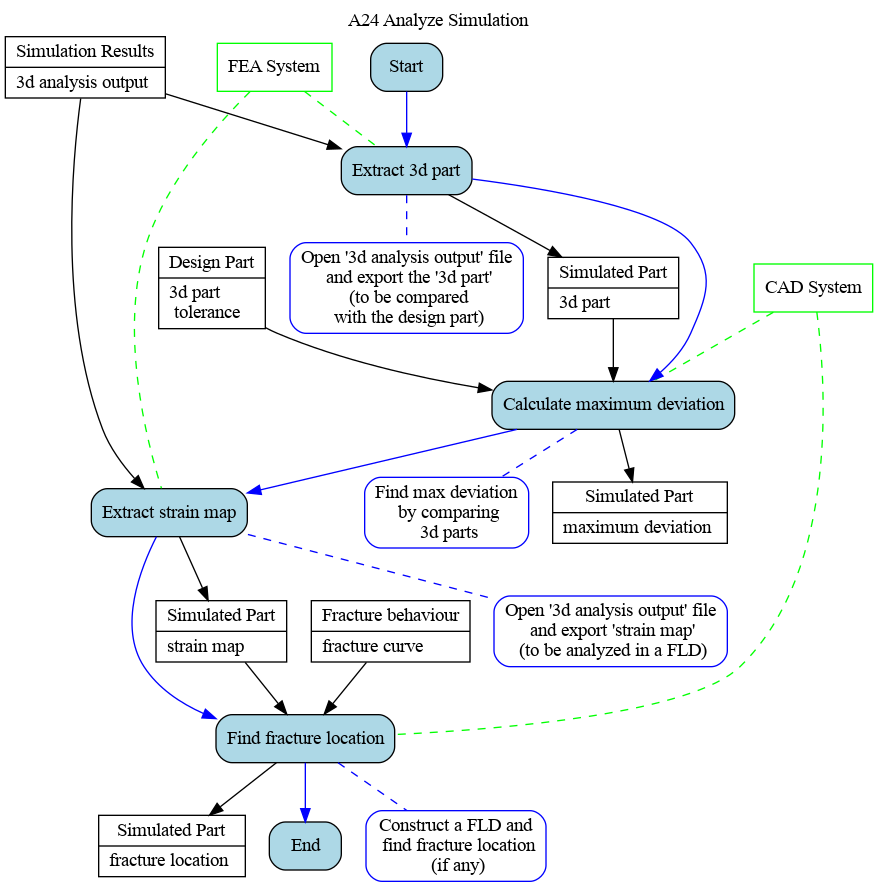
Before: Ontology_Layer/Behaviour_Model/06_A24.gv.png, a diagram exported from Graphviz (ModelsforManufacturing/hole-flanging-by-SPIF-in-a-single-stage). Its source is kept beside it as Ontology_Layer/Behaviour_Model/06_A24.gv.
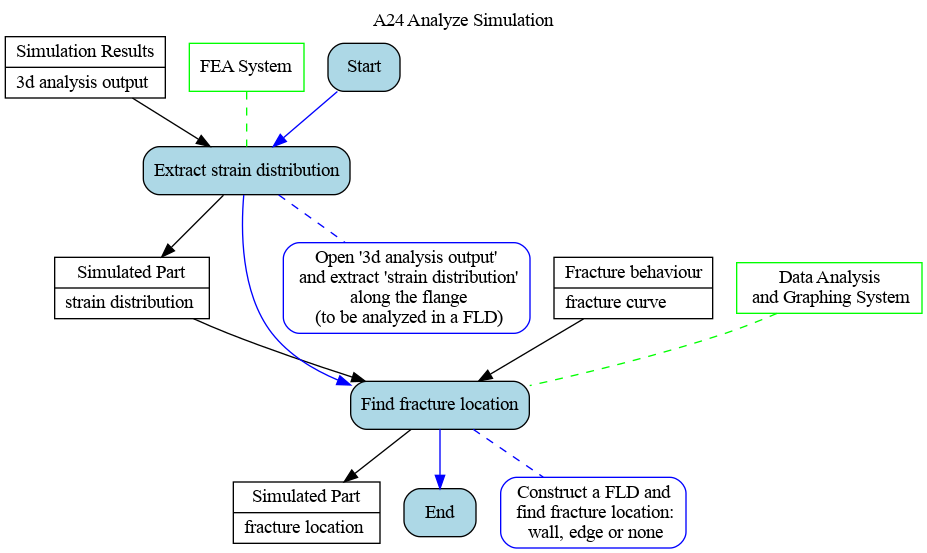
Later version of the same file.

The edit, as a diff of the source:
```diff
@@ -6,52 +6,39 @@
 
 node [shape=record, style=filled, fillcolor=white, color=black]
 sim_res [label="{Simulation Results | 3d analysis output \l}"]
-part [label="{Design Part | 3d part \l tolerance \l}"]
 fracture [label="{Fracture behaviour | fracture curve \l}"]
-part_sim_3d [label="{Simulated Part | 3d part \l}"]
-part_sim_dev [label="{Simulated Part | maximum deviation \l}"]
-part_sim_map [label="{Simulated Part | strain map \l}"]
+part_sim_strain [label="{Simulated Part | strain distribution \l}"]
 part_sim_frac [label="{Simulated Part | fracture location \l}"]
 
 node [shape=box, style=filled, fillcolor=white, color=green]
-cad [label="CAD System"]
+graf [label="Data Analysis\n and Graphing System"]
 fea [label="FEA System"]
 
 node [shape=box, style="filled, rounded", fillcolor=lightblue, color=black]
 Start
-t1 [label="Extract 3d part"]
-t2 [label="Calculate maximum deviation"]
-t3 [label="Extract strain map"]
-t4 [label="Find fracture location"]
+t1 [label="Extract strain distribution"]
+t2 [label="Find fracture location"]
 End
 
 node [shape=box, style="filled, rounded", fillcolor=white, color=blue]
-r1 [label="Open '3d analysis output' file\n and export the '3d part'\n (to be compared\n with the design part)"]
-r2 [label="Find max deviation\n by comparing\n 3d parts"]
-r3 [label="Open '3d analysis output' file\n and export 'strain map'\n (to be analyzed in a FLD)"]
-r4 [label="Construct a FLD and\n find fracture location\n (if any)"]
+r1 [label="Open '3d analysis output'\n and extract 'strain distribution'\n along the flange\n (to be analyzed in a FLD)"]
+r2 [label="Construct a FLD and\n find fracture location:\n wall, edge or none"]
 
 edge [dir=none, color=blue, style=dashed]
 t1 -> r1
 t2 -> r2
-t3 -> r3
-t4 -> r4
 
 edge [dir=forward, color=blue, fontcolor=blue, style=solid]
 Start -> t1
 t1 -> t2
-t2 -> t3
-t3 -> t4
-t4 -> End
+t2 -> End
 
 edge [dir=none, color=green, style=dashed]
-cad -> {t2, t4}
-fea -> {t1, t3}
+fea -> t1
+graf -> t2
 
 edge [dir=forward, color=black, fontcolor=black, style=solid]
-sim_res -> t1 -> part_sim_3d
-{part, part_sim_3d} -> t2 -> part_sim_dev
-sim_res -> t3 -> part_sim_map
-{part_sim_map, fracture} -> t4 -> part_sim_frac
+sim_res -> t1 -> part_sim_strain
+{part_sim_strain, fracture} -> t2 -> part_sim_frac
 
 }
```
